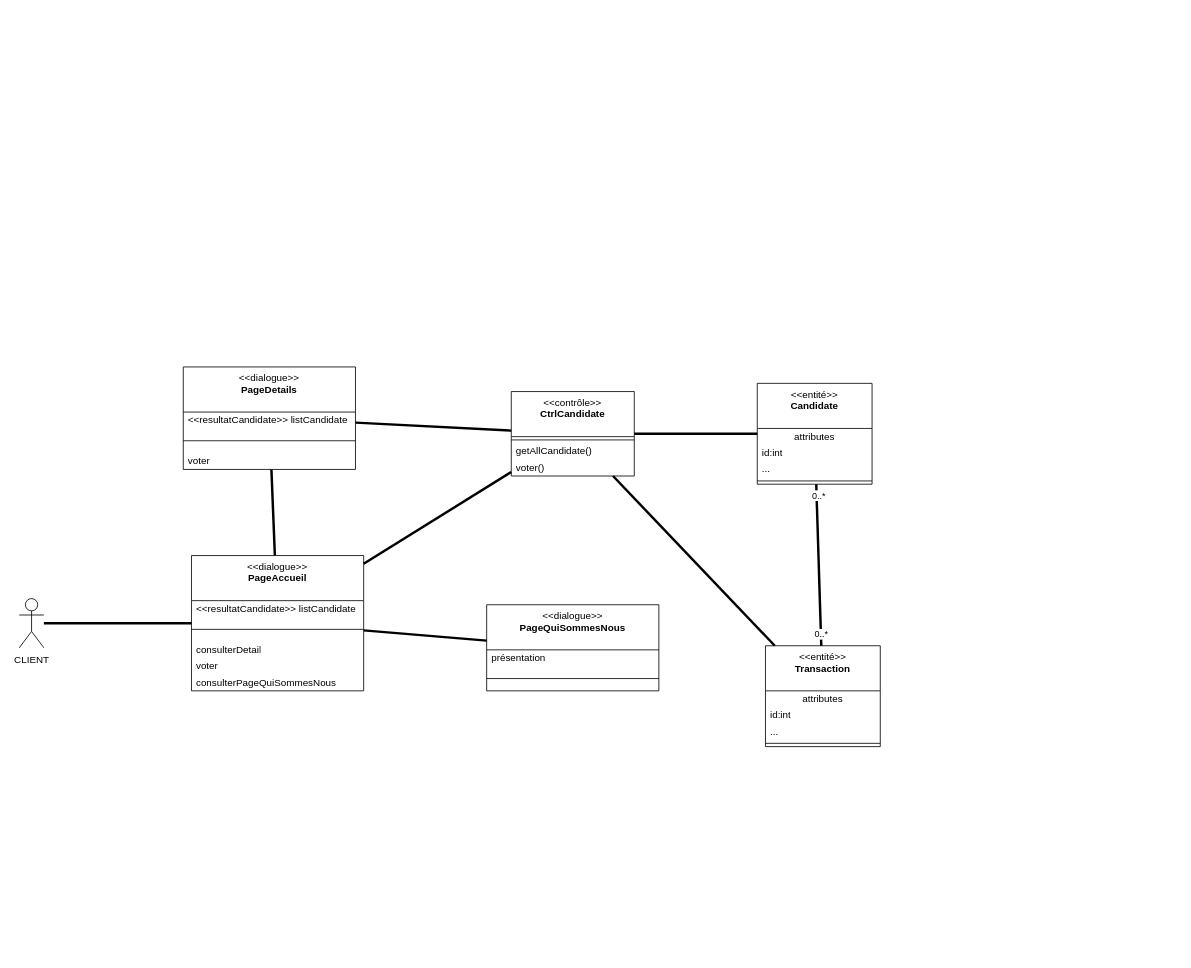
Kaji17/Diagramme-UML keeps this draw.io diagram as page "DCP-INTERFACE-CLIENTE" (5 of 10) of Diagramme tabouret royal.drawio. Above is the earlier version. Source tidied: cells renumbered, new cells numbered last; positions are measured from the earlier drawing's top-left corner, leaving out a move shared by most shapes. Both pictures are drawn from the tidied source at 82%, with x=0, y=0 at pixel (19, 367).
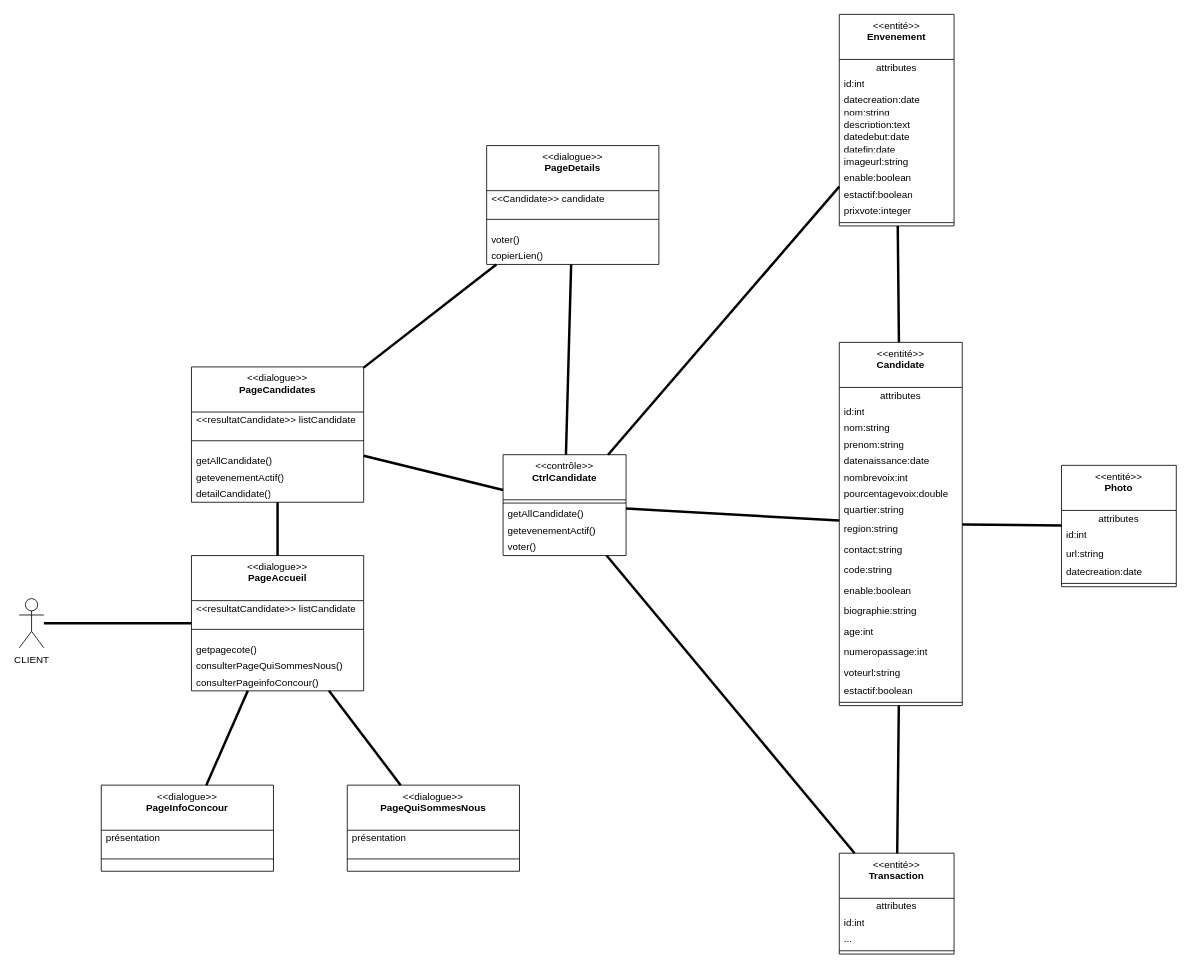
The same page after the edit.

The change refers to these unchanged cells:
```xml
<mxCell id="2" value="&amp;lt;&amp;lt;dialogue&amp;gt;&amp;gt;&lt;br&gt;&lt;b&gt;PageAccueil&lt;/b&gt;" style="swimlane;fontStyle=0;align=center;verticalAlign=top;horizontal=1;startSize=55;html=1;whiteSpace=wrap;" parent="1" vertex="1">
  <mxGeometry x="210" y="230" width="210" height="165" as="geometry" />
</mxCell>
<mxCell id="37" style="endArrow=none;startArrow=none;endFill=0;startFill=0;endSize=8;html=1;verticalAlign=bottom;labelBackgroundColor=none;strokeWidth=3;rounded=0;" parent="1" edge="1" source="14" target="20">
  <mxGeometry relative="1" as="geometry" />
</mxCell>
```

What changed in the source:
```diff
@@
-    <mxCell id="5" value="consulterDetail" style="text;html=1;align=left;verticalAlign=middle;spacingLeft=4;spacingRight=4;overflow=hidden;whiteSpace=wrap;" parent="2" vertex="1">
+    <mxCell id="5" value="getpagecote()" style="text;html=1;align=left;verticalAlign=middle;spacingLeft=4;spacingRight=4;overflow=hidden;whiteSpace=wrap;" parent="2" vertex="1">
       <mxGeometry y="105" width="210" height="20" as="geometry" />
     </mxCell>
-    <mxCell id="6" value="voter" style="text;html=1;align=left;verticalAlign=middle;spacingLeft=4;spacingRight=4;overflow=hidden;whiteSpace=wrap;" parent="2" vertex="1">
-      <mxGeometry y="125" width="210" height="20" as="geometry" />
-    </mxCell>
-    <mxCell id="7" value="consulterPageQuiSommesNous" style="text;html=1;align=left;verticalAlign=middle;spacingLeft=4;spacingRight=4;overflow=hidden;whiteSpace=wrap;" parent="2" vertex="1">
-      <mxGeometry y="145" width="210" height="20" as="geometry" />
+    <mxCell id="7" value="consulterPageQuiSommesNous()" style="text;html=1;align=left;verticalAlign=middle;spacingLeft=4;spacingRight=4;overflow=hidden;whiteSpace=wrap;" parent="2" vertex="1">
+      <mxGeometry y="125" width="210" height="20" as="geometry" />
     </mxCell>
+    <mxCell id="40" value="consulterPageinfoConcour&lt;span style=&quot;background-color: initial;&quot;&gt;()&lt;/span&gt;" style="text;html=1;align=left;verticalAlign=middle;spacingLeft=4;spacingRight=4;overflow=hidden;whiteSpace=wrap;" parent="2" vertex="1">
+      <mxGeometry y="145" width="210" height="20" as="geometry" />
+    </mxCell>
@@
     <mxCell id="9" value="&amp;lt;&amp;lt;contrôle&amp;gt;&amp;gt;&lt;br&gt;&lt;b&gt;CtrlCandidate&lt;/b&gt;" style="swimlane;fontStyle=0;align=center;verticalAlign=top;horizontal=1;startSize=55;html=1;whiteSpace=wrap;" parent="1" vertex="1">
-      <mxGeometry x="600" y="30" width="150" height="103" as="geometry" />
+      <mxGeometry x="590" y="107" width="150" height="123" as="geometry" />
     </mxCell>
@@
+    <mxCell id="41" value="getevenementActif()" style="text;html=1;align=left;verticalAlign=middle;spacingLeft=4;spacingRight=4;overflow=hidden;whiteSpace=wrap;" parent="9" vertex="1">
+      <mxGeometry y="83" width="150" height="20" as="geometry" />
+    </mxCell>
     <mxCell id="12" value="voter()" style="text;html=1;align=left;verticalAlign=middle;spacingLeft=4;spacingRight=4;overflow=hidden;whiteSpace=wrap;" parent="9" vertex="1">
-      <mxGeometry y="83" width="150" height="20" as="geometry" />
+      <mxGeometry y="103" width="150" height="20" as="geometry" />
     </mxCell>
-    <mxCell id="13" style="endArrow=none;startArrow=none;endFill=0;startFill=0;endSize=8;html=1;verticalAlign=bottom;labelBackgroundColor=none;strokeWidth=3;rounded=0;" parent="1" edge="1" source="2" target="9">
-      <mxGeometry relative="1" as="geometry">
-        <Array as="points">
-          <mxPoint x="420" y="240" />
-        </Array>
-      </mxGeometry>
-    </mxCell>
     <mxCell id="14" value="&amp;lt;&amp;lt;entité&amp;gt;&amp;gt;&lt;br&gt;&lt;b&gt;Transaction&lt;/b&gt;" style="swimlane;fontStyle=0;align=center;verticalAlign=top;horizontal=1;startSize=55;html=1;whiteSpace=wrap;" parent="1" vertex="1">
-      <mxGeometry x="910" y="340" width="140" height="123" as="geometry" />
+      <mxGeometry x="1000" y="593" width="140" height="123" as="geometry" />
     </mxCell>
@@
     <mxCell id="20" value="&amp;lt;&amp;lt;entité&amp;gt;&amp;gt;&lt;br&gt;&lt;b&gt;Candidate&lt;/b&gt;" style="swimlane;fontStyle=0;align=center;verticalAlign=top;horizontal=1;startSize=55;html=1;whiteSpace=wrap;" parent="1" vertex="1">
-      <mxGeometry x="900" y="20" width="140" height="123" as="geometry" />
+      <mxGeometry x="1000" y="-30" width="150" height="443" as="geometry" />
     </mxCell>
     <mxCell id="21" value="attributes" style="text;html=1;align=center;verticalAlign=middle;spacingLeft=4;spacingRight=4;overflow=hidden;whiteSpace=wrap;" parent="20" vertex="1">
-      <mxGeometry y="55" width="140" height="20" as="geometry" />
+      <mxGeometry y="55" width="150" height="20" as="geometry" />
     </mxCell>
     <mxCell id="22" value="id:int" style="text;html=1;align=left;verticalAlign=middle;spacingLeft=4;spacingRight=4;overflow=hidden;whiteSpace=wrap;" parent="20" vertex="1">
-      <mxGeometry y="75" width="140" height="20" as="geometry" />
+      <mxGeometry y="75" width="150" height="20" as="geometry" />
     </mxCell>
-    <mxCell id="23" value="..." style="text;html=1;align=left;verticalAlign=middle;spacingLeft=4;spacingRight=4;overflow=hidden;whiteSpace=wrap;" parent="20" vertex="1">
-      <mxGeometry y="95" width="140" height="20" as="geometry" />
-    </mxCell>
+    <mxCell id="42" value="nom:string" style="text;html=1;align=left;verticalAlign=middle;spacingLeft=4;spacingRight=4;overflow=hidden;whiteSpace=wrap;" parent="20" vertex="1">
+      <mxGeometry y="95" width="150" height="20" as="geometry" />
+    </mxCell>
+    <mxCell id="43" value="prenom:string" style="text;html=1;align=left;verticalAlign=middle;spacingLeft=4;spacingRight=4;overflow=hidden;whiteSpace=wrap;" parent="20" vertex="1">
+      <mxGeometry y="115" width="150" height="20" as="geometry" />
+    </mxCell>
+    <mxCell id="44" value="datenaissance:date" style="text;html=1;align=left;verticalAlign=middle;spacingLeft=4;spacingRight=4;overflow=hidden;whiteSpace=wrap;" parent="20" vertex="1">
+      <mxGeometry y="135" width="150" height="20" as="geometry" />
+    </mxCell>
+    <mxCell id="45" value="nombrevoix:int" style="text;html=1;align=left;verticalAlign=middle;spacingLeft=4;spacingRight=4;overflow=hidden;whiteSpace=wrap;" parent="20" vertex="1">
+      <mxGeometry y="155" width="150" height="20" as="geometry" />
+    </mxCell>
+    <mxCell id="46" value="pourcentagevoix:double" style="text;html=1;align=left;verticalAlign=middle;spacingLeft=4;spacingRight=4;overflow=hidden;whiteSpace=wrap;" parent="20" vertex="1">
+      <mxGeometry y="175" width="150" height="20" as="geometry" />
+    </mxCell>
+    <mxCell id="47" value="quartier:string" style="text;html=1;align=left;verticalAlign=middle;spacingLeft=4;spacingRight=4;overflow=hidden;whiteSpace=wrap;" parent="20" vertex="1">
+      <mxGeometry y="195" width="150" height="20" as="geometry" />
+    </mxCell>
+    <mxCell id="48" value="region:string" style="text;html=1;align=left;verticalAlign=middle;spacingLeft=4;spacingRight=4;overflow=hidden;whiteSpace=wrap;" parent="20" vertex="1">
+      <mxGeometry y="215" width="150" height="25" as="geometry" />
+    </mxCell>
+    <mxCell id="49" value="contact:string" style="text;html=1;align=left;verticalAlign=middle;spacingLeft=4;spacingRight=4;overflow=hidden;whiteSpace=wrap;" parent="20" vertex="1">
+      <mxGeometry y="240" width="150" height="25" as="geometry" />
+    </mxCell>
+    <mxCell id="50" value="code:string" style="text;html=1;align=left;verticalAlign=middle;spacingLeft=4;spacingRight=4;overflow=hidden;whiteSpace=wrap;" parent="20" vertex="1">
+      <mxGeometry y="265" width="150" height="25" as="geometry" />
+    </mxCell>
+    <mxCell id="51" value="enable:boolean" style="text;html=1;align=left;verticalAlign=middle;spacingLeft=4;spacingRight=4;overflow=hidden;whiteSpace=wrap;" parent="20" vertex="1">
+      <mxGeometry y="290" width="150" height="25" as="geometry" />
+    </mxCell>
+    <mxCell id="52" value="biographie:string" style="text;html=1;align=left;verticalAlign=middle;spacingLeft=4;spacingRight=4;overflow=hidden;whiteSpace=wrap;" parent="20" vertex="1">
+      <mxGeometry y="315" width="150" height="25" as="geometry" />
+    </mxCell>
+    <mxCell id="53" value="age:int" style="text;html=1;align=left;verticalAlign=middle;spacingLeft=4;spacingRight=4;overflow=hidden;whiteSpace=wrap;" parent="20" vertex="1">
+      <mxGeometry y="340" width="150" height="25" as="geometry" />
+    </mxCell>
+    <mxCell id="54" value="numeropassage:int" style="text;html=1;align=left;verticalAlign=middle;spacingLeft=4;spacingRight=4;overflow=hidden;whiteSpace=wrap;" parent="20" vertex="1">
+      <mxGeometry y="365" width="150" height="25" as="geometry" />
+    </mxCell>
+    <mxCell id="55" value="voteurl:string" style="text;html=1;align=left;verticalAlign=middle;spacingLeft=4;spacingRight=4;overflow=hidden;whiteSpace=wrap;" parent="20" vertex="1">
+      <mxGeometry y="390" width="150" height="25" as="geometry" />
+    </mxCell>
+    <mxCell id="56" value="&lt;span style=&quot;background-color: initial;&quot;&gt;estactif:boolean&lt;/span&gt;" style="text;html=1;align=left;verticalAlign=middle;spacingLeft=4;spacingRight=4;overflow=hidden;whiteSpace=wrap;" parent="20" vertex="1">
+      <mxGeometry y="415" width="150" height="20" as="geometry" />
+    </mxCell>
     <mxCell id="24" style="line;strokeWidth=1;align=left;verticalAlign=middle;spacingTop=-1;spacingLeft=3;spacingRight=3;labelPosition=right;" parent="20" vertex="1">
-      <mxGeometry y="115" width="140" height="8" as="geometry" />
+      <mxGeometry y="435" width="150" height="8" as="geometry" />
     </mxCell>
@@
     <mxCell id="27" value="&amp;lt;&amp;lt;dialogue&amp;gt;&amp;gt;&lt;br&gt;&lt;b&gt;PageQuiSommesNous&lt;/b&gt;" style="swimlane;fontStyle=0;align=center;verticalAlign=top;horizontal=1;startSize=55;html=1;whiteSpace=wrap;" parent="1" vertex="1">
-      <mxGeometry x="570" y="290" width="210" height="105" as="geometry" />
+      <mxGeometry x="400" y="510" width="210" height="105" as="geometry" />
     </mxCell>
@@
-    <mxCell id="31" value="&amp;lt;&amp;lt;dialogue&amp;gt;&amp;gt;&lt;br&gt;&lt;b&gt;PageDetails&lt;/b&gt;" style="swimlane;fontStyle=0;align=center;verticalAlign=top;horizontal=1;startSize=55;html=1;whiteSpace=wrap;" parent="1" vertex="1">
-      <mxGeometry x="200" width="210" height="125" as="geometry" />
+    <mxCell id="31" value="&amp;lt;&amp;lt;dialogue&amp;gt;&amp;gt;&lt;br&gt;&lt;b&gt;PageCandidates&lt;/b&gt;&lt;div&gt;&lt;b&gt;&lt;br&gt;&lt;/b&gt;&lt;/div&gt;" style="swimlane;fontStyle=0;align=center;verticalAlign=top;horizontal=1;startSize=55;html=1;whiteSpace=wrap;" parent="1" vertex="1">
+      <mxGeometry x="210" width="210" height="165" as="geometry" />
     </mxCell>
@@
-    <mxCell id="34" value="voter" style="text;html=1;align=left;verticalAlign=middle;spacingLeft=4;spacingRight=4;overflow=hidden;whiteSpace=wrap;" parent="31" vertex="1">
-      <mxGeometry y="105" width="210" height="20" as="geometry" />
-    </mxCell>
+    <mxCell id="57" value="getAllCandidate&lt;span style=&quot;background-color: initial;&quot;&gt;()&lt;/span&gt;" style="text;html=1;align=left;verticalAlign=middle;spacingLeft=4;spacingRight=4;overflow=hidden;whiteSpace=wrap;" parent="31" vertex="1">
+      <mxGeometry y="105" width="210" height="20" as="geometry" />
+    </mxCell>
+    <mxCell id="58" value="getevenementActif()" style="text;html=1;align=left;verticalAlign=middle;spacingLeft=4;spacingRight=4;overflow=hidden;whiteSpace=wrap;" parent="31" vertex="1">
+      <mxGeometry y="125" width="210" height="20" as="geometry" />
+    </mxCell>
+    <mxCell id="59" value="detailCandidate&lt;span style=&quot;background-color: initial;&quot;&gt;()&lt;/span&gt;" style="text;html=1;align=left;verticalAlign=middle;spacingLeft=4;spacingRight=4;overflow=hidden;whiteSpace=wrap;" parent="31" vertex="1">
+      <mxGeometry y="145" width="210" height="20" as="geometry" />
+    </mxCell>
@@
-    <mxCell id="38" value="0..*" style="edgeLabel;html=1;align=center;verticalAlign=middle;" parent="37" vertex="1">
-      <mxGeometry x="0.87" y="-2" relative="1" as="geometry" />
-    </mxCell>
-    <mxCell id="39" value="0..*" style="edgeLabel;html=1;align=center;verticalAlign=middle;" parent="37" vertex="1">
-      <mxGeometry x="-0.85" relative="1" as="geometry" />
-    </mxCell>
+    <mxCell id="60" value="&amp;lt;&amp;lt;dialogue&amp;gt;&amp;gt;&lt;br&gt;&lt;b&gt;PageDetails&lt;/b&gt;" style="swimlane;fontStyle=0;align=center;verticalAlign=top;horizontal=1;startSize=55;html=1;whiteSpace=wrap;" parent="1" vertex="1">
+      <mxGeometry x="570" y="-270" width="210" height="145" as="geometry" />
+    </mxCell>
+    <mxCell id="61" value="&amp;lt;&amp;lt;Candidate&amp;gt;&amp;gt; candidate" style="text;html=1;align=left;verticalAlign=middle;spacingLeft=4;spacingRight=4;overflow=hidden;whiteSpace=wrap;" parent="60" vertex="1">
+      <mxGeometry y="55" width="210" height="20" as="geometry" />
+    </mxCell>
+    <mxCell id="62" style="line;strokeWidth=1;align=left;verticalAlign=middle;spacingTop=-1;spacingLeft=3;spacingRight=3;labelPosition=right;" parent="60" vertex="1">
+      <mxGeometry y="75" width="210" height="30" as="geometry" />
+    </mxCell>
+    <mxCell id="63" value="voter()" style="text;html=1;align=left;verticalAlign=middle;spacingLeft=4;spacingRight=4;overflow=hidden;whiteSpace=wrap;" parent="60" vertex="1">
+      <mxGeometry y="105" width="210" height="20" as="geometry" />
+    </mxCell>
+    <mxCell id="64" value="copierLien&lt;span style=&quot;background-color: initial;&quot;&gt;()&lt;/span&gt;" style="text;html=1;align=left;verticalAlign=middle;spacingLeft=4;spacingRight=4;overflow=hidden;whiteSpace=wrap;" parent="60" vertex="1">
+      <mxGeometry y="125" width="210" height="20" as="geometry" />
+    </mxCell>
+    <mxCell id="65" style="endArrow=none;startArrow=none;endFill=0;startFill=0;endSize=8;html=1;verticalAlign=bottom;labelBackgroundColor=none;strokeWidth=3;rounded=0;" parent="1" edge="1" source="31" target="60">
+      <mxGeometry relative="1" as="geometry" />
+    </mxCell>
+    <mxCell id="66" style="endArrow=none;startArrow=none;endFill=0;startFill=0;endSize=8;html=1;verticalAlign=bottom;labelBackgroundColor=none;strokeWidth=3;rounded=0;" parent="1" edge="1" source="60" target="9">
+      <mxGeometry relative="1" as="geometry" />
+    </mxCell>
+    <mxCell id="67" value="&amp;lt;&amp;lt;entité&amp;gt;&amp;gt;&lt;br&gt;&lt;b&gt;Envenement&lt;/b&gt;" style="swimlane;fontStyle=0;align=center;verticalAlign=top;horizontal=1;startSize=55;html=1;whiteSpace=wrap;" parent="1" vertex="1">
+      <mxGeometry x="1000" y="-430" width="140" height="258" as="geometry" />
+    </mxCell>
+    <mxCell id="68" value="attributes" style="text;html=1;align=center;verticalAlign=middle;spacingLeft=4;spacingRight=4;overflow=hidden;whiteSpace=wrap;" parent="67" vertex="1">
+      <mxGeometry y="55" width="140" height="20" as="geometry" />
+    </mxCell>
+    <mxCell id="69" value="id:int" style="text;html=1;align=left;verticalAlign=middle;spacingLeft=4;spacingRight=4;overflow=hidden;whiteSpace=wrap;" parent="67" vertex="1">
+      <mxGeometry y="75" width="140" height="20" as="geometry" />
+    </mxCell>
+    <mxCell id="70" value="datecreation&lt;span style=&quot;background-color: initial;&quot;&gt;:date&lt;/span&gt;" style="text;html=1;align=left;verticalAlign=middle;spacingLeft=4;spacingRight=4;overflow=hidden;whiteSpace=wrap;" parent="67" vertex="1">
+      <mxGeometry y="95" width="140" height="15" as="geometry" />
+    </mxCell>
+    <mxCell id="71" value="nom&lt;span style=&quot;background-color: initial;&quot;&gt;:string&lt;/span&gt;" style="text;html=1;align=left;verticalAlign=middle;spacingLeft=4;spacingRight=4;overflow=hidden;whiteSpace=wrap;" parent="67" vertex="1">
+      <mxGeometry y="110" width="140" height="15" as="geometry" />
+    </mxCell>
+    <mxCell id="72" value="&lt;span style=&quot;background-color: initial;&quot;&gt;description:text&lt;/span&gt;" style="text;html=1;align=left;verticalAlign=middle;spacingLeft=4;spacingRight=4;overflow=hidden;whiteSpace=wrap;" parent="67" vertex="1">
+      <mxGeometry y="125" width="140" height="15" as="geometry" />
+    </mxCell>
+    <mxCell id="73" value="&lt;span style=&quot;background-color: initial;&quot;&gt;datedebut:date&lt;/span&gt;" style="text;html=1;align=left;verticalAlign=middle;spacingLeft=4;spacingRight=4;overflow=hidden;whiteSpace=wrap;" parent="67" vertex="1">
+      <mxGeometry y="140" width="140" height="15" as="geometry" />
+    </mxCell>
+    <mxCell id="74" value="&lt;span style=&quot;background-color: initial;&quot;&gt;datefin:date&lt;/span&gt;" style="text;html=1;align=left;verticalAlign=middle;spacingLeft=4;spacingRight=4;overflow=hidden;whiteSpace=wrap;" parent="67" vertex="1">
+      <mxGeometry y="155" width="140" height="15" as="geometry" />
+    </mxCell>
+    <mxCell id="75" value="&lt;span style=&quot;background-color: initial;&quot;&gt;imageurl:string&lt;/span&gt;" style="text;html=1;align=left;verticalAlign=middle;spacingLeft=4;spacingRight=4;overflow=hidden;whiteSpace=wrap;" parent="67" vertex="1">
+      <mxGeometry y="170" width="140" height="20" as="geometry" />
+    </mxCell>
+    <mxCell id="76" value="&lt;span style=&quot;background-color: initial;&quot;&gt;enable:boolean&lt;/span&gt;" style="text;html=1;align=left;verticalAlign=middle;spacingLeft=4;spacingRight=4;overflow=hidden;whiteSpace=wrap;" parent="67" vertex="1">
+      <mxGeometry y="190" width="140" height="20" as="geometry" />
+    </mxCell>
+    <mxCell id="77" value="&lt;span style=&quot;background-color: initial;&quot;&gt;estactif:boolean&lt;/span&gt;" style="text;html=1;align=left;verticalAlign=middle;spacingLeft=4;spacingRight=4;overflow=hidden;whiteSpace=wrap;" parent="67" vertex="1">
+      <mxGeometry y="210" width="140" height="20" as="geometry" />
+    </mxCell>
+    <mxCell id="78" value="&lt;span style=&quot;background-color: initial;&quot;&gt;prixvote:integer&lt;/span&gt;" style="text;html=1;align=left;verticalAlign=middle;spacingLeft=4;spacingRight=4;overflow=hidden;whiteSpace=wrap;" parent="67" vertex="1">
+      <mxGeometry y="230" width="140" height="20" as="geometry" />
+    </mxCell>
+    <mxCell id="79" style="line;strokeWidth=1;align=left;verticalAlign=middle;spacingTop=-1;spacingLeft=3;spacingRight=3;labelPosition=right;" parent="67" vertex="1">
+      <mxGeometry y="250" width="140" height="8" as="geometry" />
+    </mxCell>
+    <mxCell id="80" style="endArrow=none;startArrow=none;endFill=0;startFill=0;endSize=8;html=1;verticalAlign=bottom;labelBackgroundColor=none;strokeWidth=3;rounded=0;" parent="1" edge="1" source="9" target="67">
+      <mxGeometry relative="1" as="geometry" />
+    </mxCell>
+    <mxCell id="81" value="&amp;lt;&amp;lt;dialogue&amp;gt;&amp;gt;&lt;br&gt;&lt;b&gt;PageInfoConcour&lt;/b&gt;" style="swimlane;fontStyle=0;align=center;verticalAlign=top;horizontal=1;startSize=55;html=1;whiteSpace=wrap;" parent="1" vertex="1">
+      <mxGeometry x="100" y="510" width="210" height="105" as="geometry" />
+    </mxCell>
+    <mxCell id="82" value="présentation" style="text;html=1;align=left;verticalAlign=middle;spacingLeft=4;spacingRight=4;overflow=hidden;whiteSpace=wrap;" parent="81" vertex="1">
+      <mxGeometry y="55" width="210" height="20" as="geometry" />
+    </mxCell>
+    <mxCell id="83" style="line;strokeWidth=1;align=left;verticalAlign=middle;spacingTop=-1;spacingLeft=3;spacingRight=3;labelPosition=right;" parent="81" vertex="1">
+      <mxGeometry y="75" width="210" height="30" as="geometry" />
+    </mxCell>
+    <mxCell id="84" style="endArrow=none;startArrow=none;endFill=0;startFill=0;endSize=8;html=1;verticalAlign=bottom;labelBackgroundColor=none;strokeWidth=3;rounded=0;" parent="1" edge="1" source="2" target="81">
+      <mxGeometry relative="1" as="geometry" />
+    </mxCell>
+    <mxCell id="85" value="&amp;lt;&amp;lt;entité&amp;gt;&amp;gt;&lt;br&gt;&lt;b&gt;Photo&lt;/b&gt;" style="swimlane;fontStyle=0;align=center;verticalAlign=top;horizontal=1;startSize=55;html=1;whiteSpace=wrap;" parent="1" vertex="1">
+      <mxGeometry x="1271" y="120" width="140" height="148" as="geometry" />
+    </mxCell>
+    <mxCell id="86" value="attributes" style="text;html=1;align=center;verticalAlign=middle;spacingLeft=4;spacingRight=4;overflow=hidden;whiteSpace=wrap;" parent="85" vertex="1">
+      <mxGeometry y="55" width="140" height="20" as="geometry" />
+    </mxCell>
+    <mxCell id="87" value="id:int" style="text;html=1;align=left;verticalAlign=middle;spacingLeft=4;spacingRight=4;overflow=hidden;whiteSpace=wrap;" parent="85" vertex="1">
+      <mxGeometry y="75" width="140" height="20" as="geometry" />
+    </mxCell>
+    <mxCell id="88" value="url:string" style="text;html=1;align=left;verticalAlign=middle;spacingLeft=4;spacingRight=4;overflow=hidden;whiteSpace=wrap;" parent="85" vertex="1">
+      <mxGeometry y="95" width="140" height="25" as="geometry" />
+    </mxCell>
+    <mxCell id="89" value="datecreation:date" style="text;html=1;align=left;verticalAlign=middle;spacingLeft=4;spacingRight=4;overflow=hidden;whiteSpace=wrap;" parent="85" vertex="1">
+      <mxGeometry y="120" width="140" height="20" as="geometry" />
+    </mxCell>
+    <mxCell id="90" style="line;strokeWidth=1;align=left;verticalAlign=middle;spacingTop=-1;spacingLeft=3;spacingRight=3;labelPosition=right;" parent="85" vertex="1">
+      <mxGeometry y="140" width="140" height="8" as="geometry" />
+    </mxCell>
+    <mxCell id="91" style="endArrow=none;startArrow=none;endFill=0;startFill=0;endSize=8;html=1;verticalAlign=bottom;labelBackgroundColor=none;strokeWidth=3;rounded=0;" parent="1" edge="1" source="20" target="85">
+      <mxGeometry relative="1" as="geometry" />
+    </mxCell>
+    <mxCell id="92" style="endArrow=none;startArrow=none;endFill=0;startFill=0;endSize=8;html=1;verticalAlign=bottom;labelBackgroundColor=none;strokeWidth=3;rounded=0;" parent="1" edge="1" source="20" target="67">
+      <mxGeometry relative="1" as="geometry" />
+    </mxCell>
```
